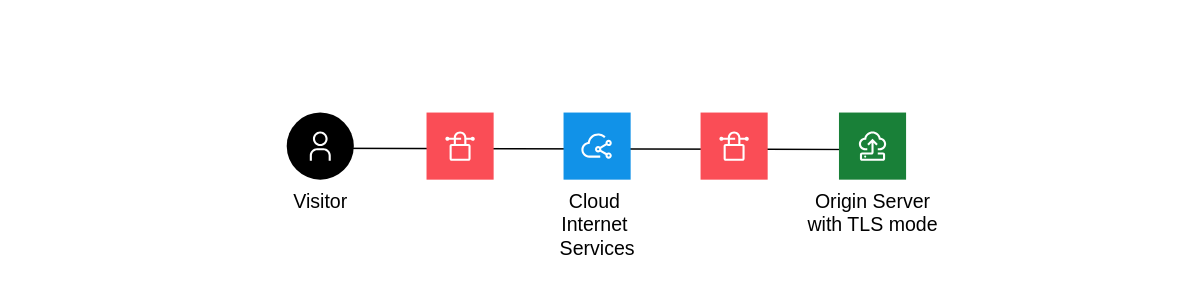
This is images/end-to-end-ca-signed.svg from ibm-cloud-docs/cis, a draw.io export, as it was before one commit. Source tidied: cells renumbered, new cells last; positions are measured from the earlier drawing's top-left corner, leaving out a move shared by most shapes.
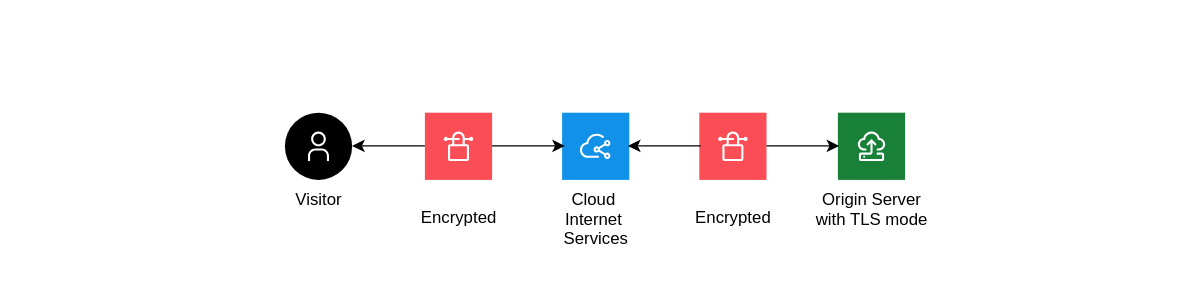
After the change.

Diff of the diagram source:
```diff
@@ -5,13 +5,7 @@
     <mxCell id="2" style="rounded=0;whiteSpace=wrap;html=1;fillColor=default;strokeColor=none;" parent="1" vertex="1">
       <mxGeometry x="140" width="570" height="210" as="geometry" />
     </mxCell>
-    <mxCell id="3" style="endArrow=none;html=1;rounded=0;" parent="1" edge="1">
-      <mxGeometry relative="1" as="geometry">
-        <mxPoint x="221" y="105.5" as="sourcePoint" />
-        <mxPoint x="631" y="106.5" as="targetPoint" />
-      </mxGeometry>
-    </mxCell>
-    <mxCell id="4" value="Visitor" style="shape=ellipse;fillColor=#000000;labelPosition=center;verticalLabelPosition=bottom;align=center;verticalAlign=top;strokeColor=none;fontSize=14;" parent="1" vertex="1">
+    <mxCell id="4" value="Visitor" style="shape=ellipse;fillColor=#000000;labelPosition=center;verticalLabelPosition=bottom;align=center;verticalAlign=top;strokeColor=none;fontSize=12;" parent="1" vertex="1">
       <mxGeometry x="204" y="80" width="48" height="48" as="geometry" />
     </mxCell>
     <mxCell id="5" style="fillColor=#ffffff;strokeColor=none;dashed=0;html=1;labelPosition=center;verticalLabelPosition=bottom;verticalAlign=top;shape=mxgraph.ibm_cloud.user;" parent="4" vertex="1">
@@ -19,7 +13,7 @@
         <mxPoint x="12" y="12" as="offset" />
       </mxGeometry>
     </mxCell>
-    <mxCell id="6" value="Cloud &#10;Internet &#10;Services" style="shape=rect;fillColor=#1192E8;labelPosition=center;verticalLabelPosition=bottom;align=center;verticalAlign=top;strokeColor=none;fontSize=14;" parent="1" vertex="1">
+    <mxCell id="6" value="Cloud &#10;Internet &#10;Services" style="shape=rect;fillColor=#1192E8;labelPosition=center;verticalLabelPosition=bottom;align=center;verticalAlign=top;strokeColor=none;fontSize=12;" parent="1" vertex="1">
       <mxGeometry x="402" y="80" width="48" height="48" as="geometry" />
     </mxCell>
     <mxCell id="7" style="fillColor=#ffffff;strokeColor=none;dashed=0;html=1;labelPosition=center;verticalLabelPosition=bottom;verticalAlign=top;shape=mxgraph.ibm_cloud.ibm-cloud--internet-services;" parent="6" vertex="1">
@@ -43,7 +37,7 @@
         <mxPoint x="12" y="12" as="offset" />
       </mxGeometry>
     </mxCell>
-    <mxCell id="12" value="Origin Server&#10;with TLS mode" style="shape=rect;fillColor=#198038;labelPosition=center;verticalLabelPosition=bottom;align=center;verticalAlign=top;strokeColor=none;fontSize=14;" parent="1" vertex="1">
+    <mxCell id="12" value="Origin Server&#10;with TLS mode" style="shape=rect;fillColor=#198038;labelPosition=center;verticalLabelPosition=bottom;align=center;verticalAlign=top;strokeColor=none;fontSize=12;" parent="1" vertex="1">
       <mxGeometry x="599" y="80" width="48" height="48" as="geometry" />
     </mxCell>
     <mxCell id="13" style="fillColor=#ffffff;strokeColor=none;dashed=0;html=1;labelPosition=center;verticalLabelPosition=bottom;verticalAlign=top;shape=mxgraph.ibm_cloud.ibm-cloud--virtual-server-classic;" parent="12" vertex="1">
@@ -57,5 +51,35 @@
     <mxCell id="15" style="rounded=0;whiteSpace=wrap;html=1;fillColor=default;strokeColor=none;" parent="1" vertex="1">
       <mxGeometry x="710" width="140" height="210" as="geometry" />
     </mxCell>
+    <mxCell id="16" value="Encrypted" style="text;html=1;align=center;verticalAlign=middle;whiteSpace=wrap;rounded=0;" parent="1" vertex="1">
+      <mxGeometry x="298" y="140" width="60" height="30" as="geometry" />
+    </mxCell>
+    <mxCell id="17" value="Encrypted" style="text;html=1;align=center;verticalAlign=middle;whiteSpace=wrap;rounded=0;" parent="1" vertex="1">
+      <mxGeometry x="494" y="140" width="60" height="30" as="geometry" />
+    </mxCell>
+    <mxCell id="18" style="endArrow=classic;html=1;rounded=0;entryX=0.973;entryY=0.493;entryDx=0;entryDy=0;exitX=0;exitY=0.5;exitDx=0;exitDy=0;entryPerimeter=0;" parent="1" edge="1">
+      <mxGeometry relative="1" as="geometry">
+        <mxPoint x="304" y="103.7" as="sourcePoint" />
+        <mxPoint x="252" y="103.7" as="targetPoint" />
+      </mxGeometry>
+    </mxCell>
+    <mxCell id="19" style="endArrow=classic;html=1;rounded=0;startSize=6;endSize=6;entryX=0;entryY=0.5;entryDx=0;entryDy=0;" parent="1" edge="1">
+      <mxGeometry relative="1" as="geometry">
+        <mxPoint x="352" y="103.7" as="sourcePoint" />
+        <mxPoint x="404" y="103.7" as="targetPoint" />
+      </mxGeometry>
+    </mxCell>
+    <mxCell id="20" style="endArrow=classic;html=1;rounded=0;entryX=0.973;entryY=0.493;entryDx=0;entryDy=0;exitX=0;exitY=0.5;exitDx=0;exitDy=0;entryPerimeter=0;" parent="1" edge="1">
+      <mxGeometry relative="1" as="geometry">
+        <mxPoint x="501" y="103.7" as="sourcePoint" />
+        <mxPoint x="449" y="103.7" as="targetPoint" />
+      </mxGeometry>
+    </mxCell>
+    <mxCell id="21" style="endArrow=classic;html=1;rounded=0;startSize=6;endSize=6;entryX=0;entryY=0.5;entryDx=0;entryDy=0;" parent="1" edge="1">
+      <mxGeometry relative="1" as="geometry">
+        <mxPoint x="548" y="103.7" as="sourcePoint" />
+        <mxPoint x="600" y="103.7" as="targetPoint" />
+      </mxGeometry>
+    </mxCell>
   </root>
 </mxGraphModel>
```
